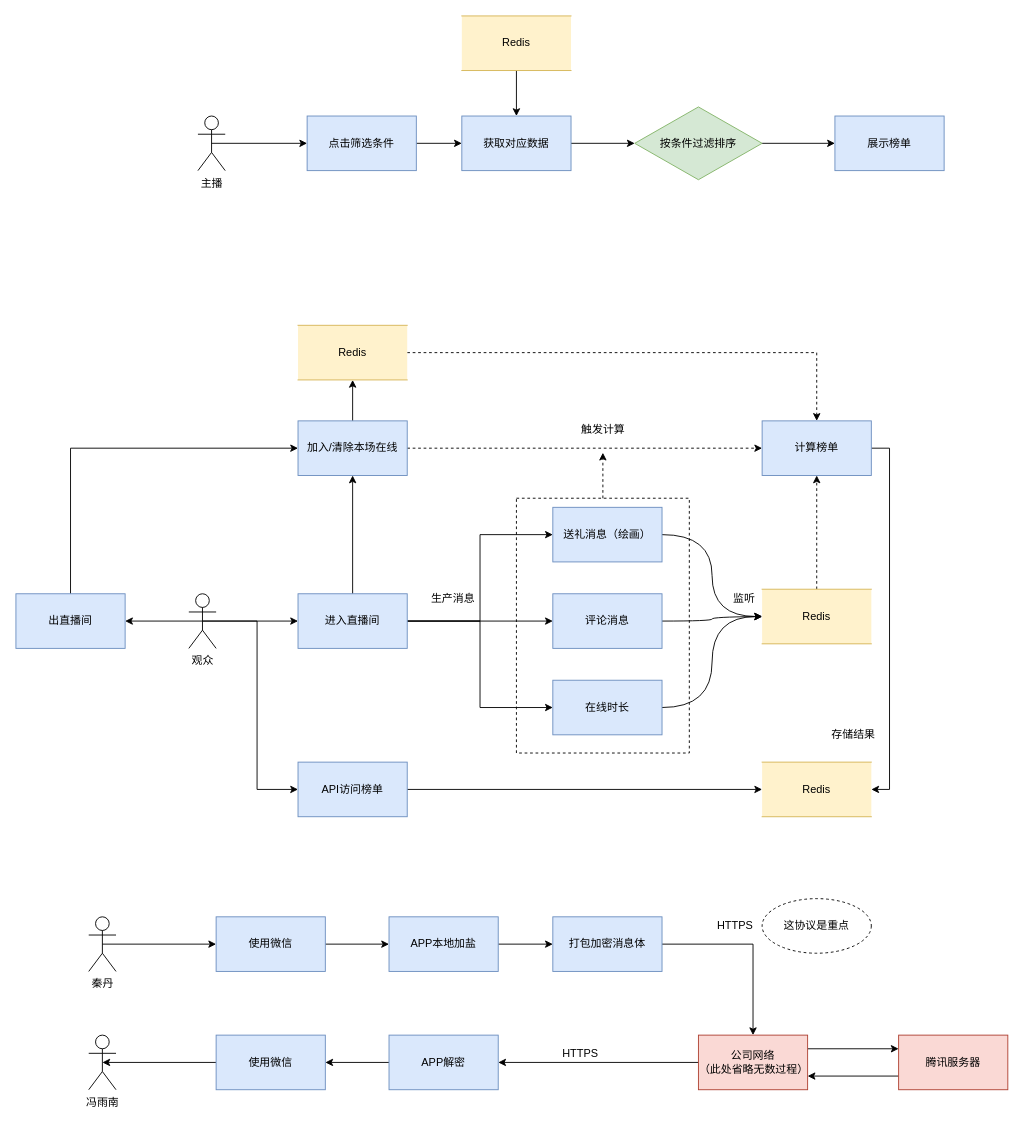
Before: 主播工具升级.drawio in fengyn1218/draw-pic, a draw.io diagram. Source tidied: cells renumbered, new cells numbered last; positions are measured from the earlier drawing's top-left corner, leaving out a move shared by most shapes. Both pictures are drawn from the tidied source at 91%, with x=0, y=0 at pixel (15, 15).
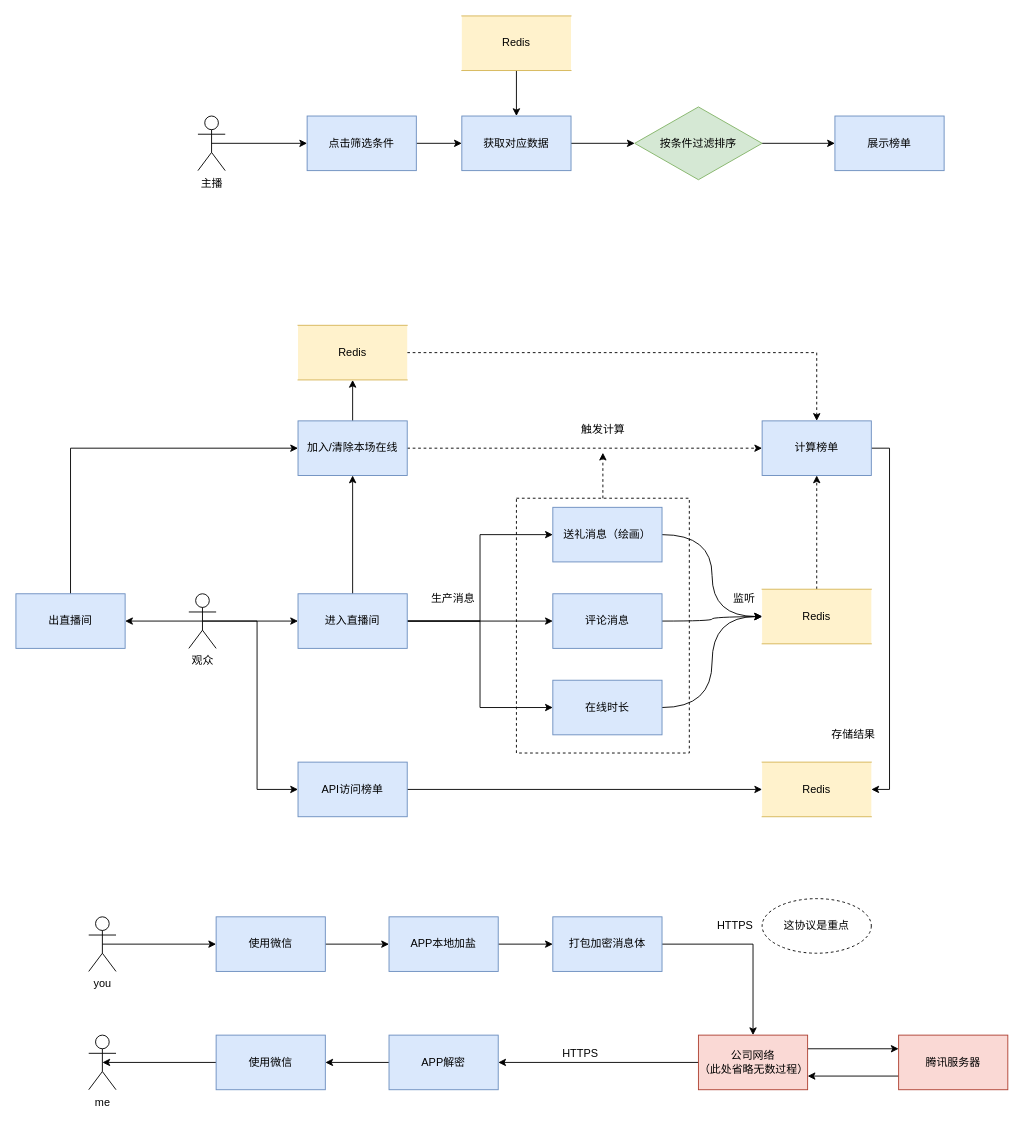
The same page after the edit.

Commit message:
更新主播工具升级.drawio

Diff of the diagram source:
```diff
@@
-    <mxCell id="49" value="秦丹" style="shape=umlActor;verticalLabelPosition=bottom;verticalAlign=top;html=1;outlineConnect=0;" parent="1" vertex="1">
+    <mxCell id="49" value="you" style="shape=umlActor;verticalLabelPosition=bottom;verticalAlign=top;html=1;outlineConnect=0;" parent="1" vertex="1">
       <mxGeometry x="80" y="990" width="30" height="60" as="geometry" />
     </mxCell>
@@
-    <mxCell id="54" value="冯雨南" style="shape=umlActor;verticalLabelPosition=bottom;verticalAlign=top;html=1;outlineConnect=0;" parent="1" vertex="1">
+    <mxCell id="54" value="me" style="shape=umlActor;verticalLabelPosition=bottom;verticalAlign=top;html=1;outlineConnect=0;" parent="1" vertex="1">
       <mxGeometry x="80" y="1120" width="30" height="60" as="geometry" />
     </mxCell>
```
